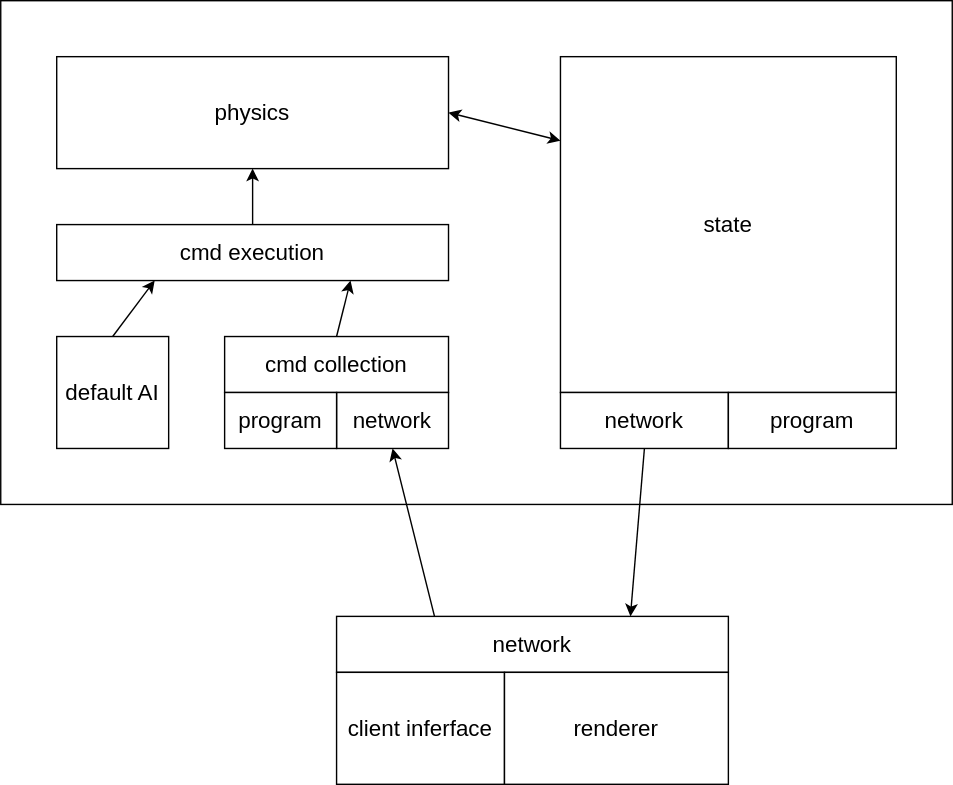
This is ggs.svg from taotsi/ggs, a draw.io export, as it was before one commit. Source tidied: cells renumbered, new cells last; positions are measured from the earlier drawing's top-left corner, leaving out a move shared by most shapes.
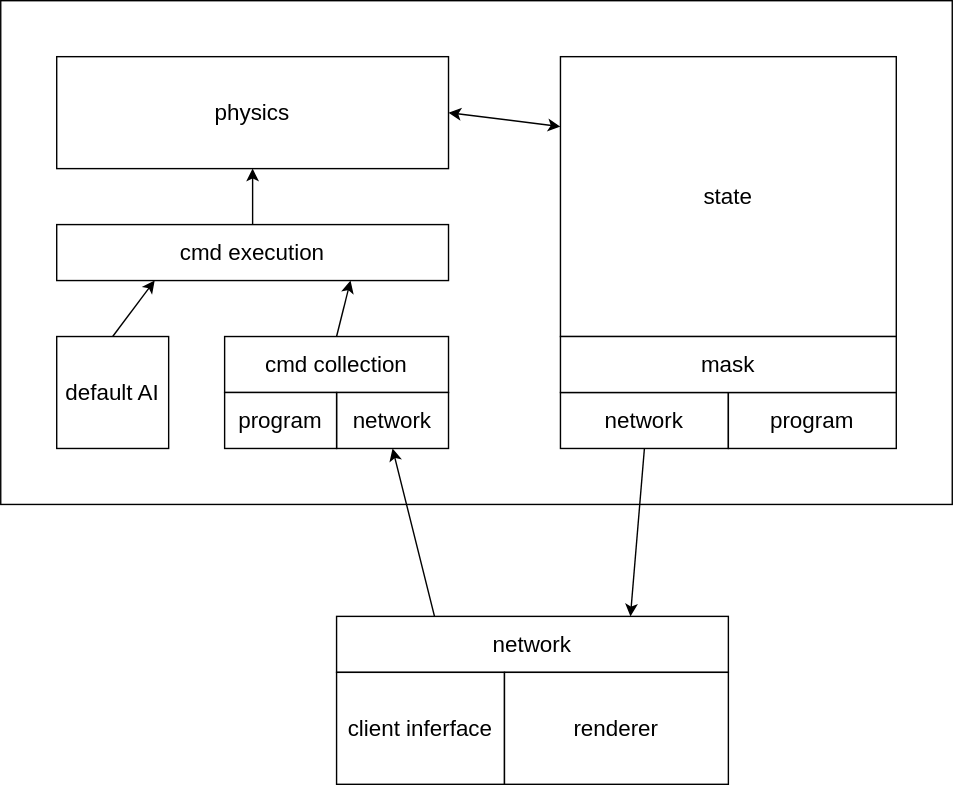
After the change.

Change to the diagram source:
```diff
@@ -24,7 +24,7 @@
       <mxGeometry x="160" y="280" width="80" height="40" as="geometry" />
     </mxCell>
     <mxCell id="9" value="state" style="rounded=0;whiteSpace=wrap;html=1;fontSize=16;" parent="1" vertex="1">
-      <mxGeometry x="400" y="40" width="240" height="240" as="geometry" />
+      <mxGeometry x="400" y="40" width="240" height="200" as="geometry" />
     </mxCell>
     <mxCell id="10" value="network" style="rounded=0;whiteSpace=wrap;html=1;fontSize=16;" parent="1" vertex="1">
       <mxGeometry x="240" y="440" width="280" height="40" as="geometry" />
@@ -59,5 +59,8 @@
     <mxCell id="20" style="endArrow=classic;startArrow=classic;html=1;rounded=0;fontSize=16;exitX=1;exitY=0.5;exitDx=0;exitDy=0;entryX=0;entryY=0.25;entryDx=0;entryDy=0;" parent="1" edge="1" source="3" target="9">
       <mxGeometry relative="1" as="geometry" />
     </mxCell>
+    <mxCell id="21" value="mask" style="rounded=0;whiteSpace=wrap;html=1;fontSize=16;" parent="1" vertex="1">
+      <mxGeometry x="400" y="240" width="240" height="40" as="geometry" />
+    </mxCell>
   </root>
 </mxGraphModel>
```
